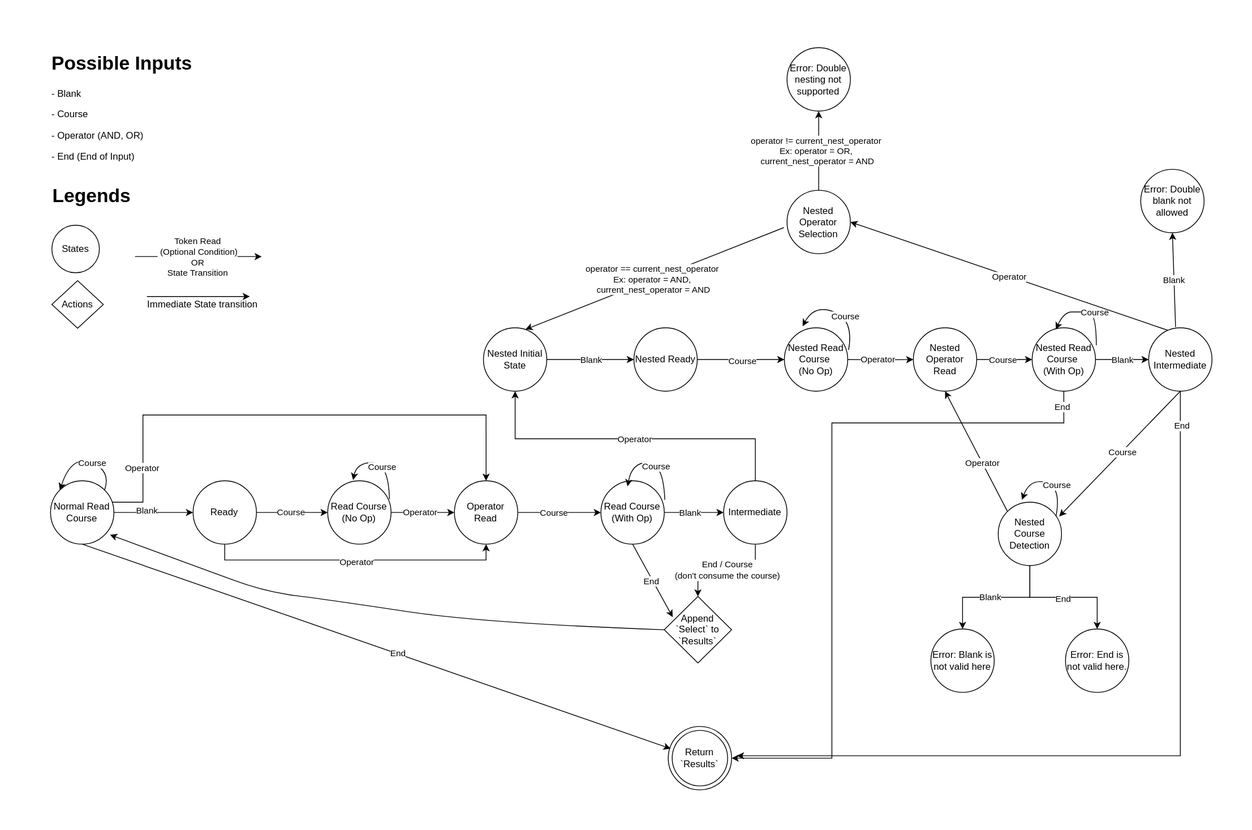
sunkit02/vislog keeps this draw.io diagram as docs/course_parsing_state_machine.svg. Above is the earlier version. Source tidied: cells renumbered, new cells last; positions are measured from the earlier drawing's top-left corner, leaving out a move shared by most shapes.
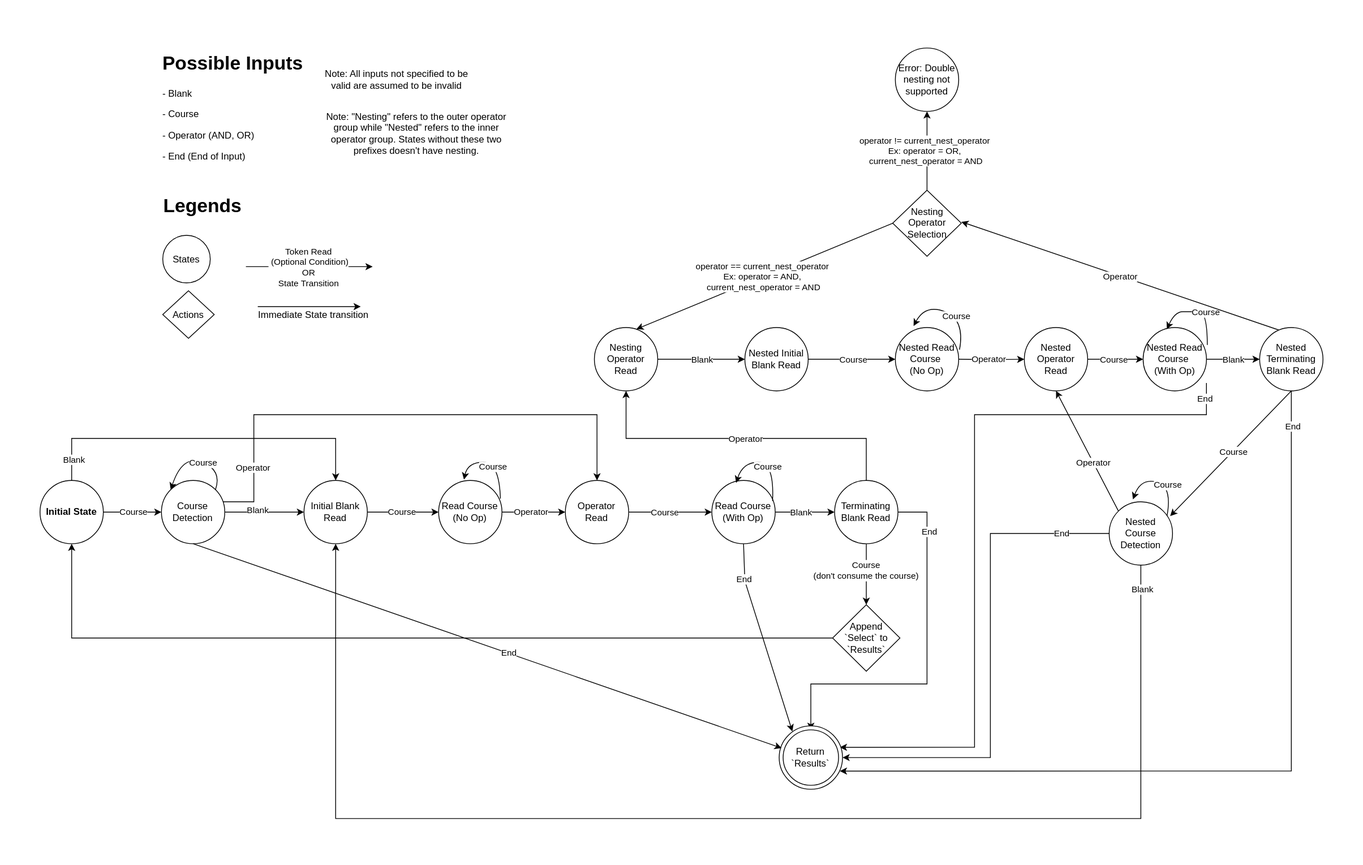
Above is the later version.

Commit message:
docs: Update course parsing state machine diagram in README

What changed in the source:
```diff
@@ -16,11 +16,3 @@
     </mxCell>
-    <mxCell id="6" style="edgeStyle=orthogonalEdgeStyle;rounded=0;jettySize=auto;html=1;exitX=0.5;exitY=1;exitDx=0;exitDy=0;entryX=0.5;entryY=1;entryDx=0;entryDy=0;" parent="1" edge="1" source="8" target="19">
-      <mxGeometry relative="1" as="geometry" />
-    </mxCell>
-    <mxCell id="7" value="Operator" style="edgeLabel;html=1;align=center;verticalAlign=middle;" parent="6" vertex="1">
-      <mxGeometry y="-1" relative="1" as="geometry">
-        <mxPoint y="1" as="offset" />
-      </mxGeometry>
-    </mxCell>
-    <mxCell id="8" value="Ready" style="ellipse;whiteSpace=wrap;html=1;" parent="1" vertex="1">
+    <mxCell id="8" value="Initial Blank Read" style="ellipse;whiteSpace=wrap;html=1;" parent="1" vertex="1">
       <mxGeometry x="193.3" y="547" width="80" height="80" as="geometry" />
@@ -79,4 +71,6 @@
     </mxCell>
-    <mxCell id="22" value="&lt;div&gt;End / Course&lt;/div&gt;&lt;div&gt;(don't consume the course)&lt;br&gt;&lt;/div&gt;" style="edgeLabel;html=1;align=center;verticalAlign=middle;" parent="21" vertex="1">
-      <mxGeometry y="-1" relative="1" as="geometry" />
+    <mxCell id="22" value="&lt;div&gt;Course&lt;/div&gt;&lt;div&gt;(don't consume the course)&lt;br&gt;&lt;/div&gt;" style="edgeLabel;html=1;align=center;verticalAlign=middle;" parent="21" vertex="1">
+      <mxGeometry y="-1" relative="1" as="geometry">
+        <mxPoint y="-6" as="offset" />
+      </mxGeometry>
     </mxCell>
@@ -93,10 +87,29 @@
     </mxCell>
+    <mxCell id="97" style="edgeStyle=orthogonalEdgeStyle;rounded=0;jettySize=auto;html=1;exitX=1;exitY=0.5;exitDx=0;exitDy=0;entryX=0.5;entryY=0;entryDx=0;entryDy=0;" parent="1" edge="1" source="25" target="92">
+      <mxGeometry relative="1" as="geometry">
+        <Array as="points">
+          <mxPoint x="980" y="587" />
+          <mxPoint x="980" y="804" />
+          <mxPoint x="833" y="804" />
+        </Array>
+      </mxGeometry>
+    </mxCell>
+    <mxCell id="98" value="End" style="edgeLabel;html=1;align=center;verticalAlign=middle;" parent="97" vertex="1">
+      <mxGeometry x="-0.73" y="2" relative="1" as="geometry" />
+    </mxCell>
-    <mxCell id="25" value="Intermediate" style="ellipse;whiteSpace=wrap;html=1;" parent="1" vertex="1">
+    <mxCell id="25" value="Terminating&lt;br&gt;Blank Read" style="ellipse;whiteSpace=wrap;html=1;" parent="1" vertex="1">
       <mxGeometry x="863.3" y="547" width="80" height="80" as="geometry" />
     </mxCell>
-    <mxCell id="26" style="endArrow=classic;html=1;rounded=0;exitX=0.5;exitY=1;exitDx=0;exitDy=0;entryX=0.125;entryY=0.31;entryDx=0;entryDy=0;entryPerimeter=0;" parent="1" edge="1" source="14" target="81">
-      <mxGeometry relative="1" as="geometry" />
+    <mxCell id="26" style="endArrow=classic;html=1;rounded=0;exitX=0.5;exitY=1;exitDx=0;exitDy=0;" parent="1" edge="1" source="14">
+      <mxGeometry relative="1" as="geometry">
+        <mxPoint x="810" y="864" as="targetPoint" />
+        <Array as="points">
+          <mxPoint x="750" y="674" />
+        </Array>
+      </mxGeometry>
     </mxCell>
     <mxCell id="27" value="End" style="edgeLabel;html=1;align=center;verticalAlign=middle;" parent="26" vertex="1">
-      <mxGeometry y="-2" relative="1" as="geometry" />
+      <mxGeometry y="-2" relative="1" as="geometry">
+        <mxPoint x="-22" y="-76" as="offset" />
+      </mxGeometry>
     </mxCell>
@@ -108,3 +121,3 @@
     </mxCell>
-    <mxCell id="30" value="Nested Initial State" style="ellipse;whiteSpace=wrap;html=1;" parent="1" vertex="1">
+    <mxCell id="30" value="Nesting Operator Read" style="ellipse;whiteSpace=wrap;html=1;" parent="1" vertex="1">
       <mxGeometry x="560" y="354" width="80" height="80" as="geometry" />
@@ -115,5 +128,7 @@
     <mxCell id="32" value="Course" style="edgeLabel;html=1;align=center;verticalAlign=middle;" parent="31" vertex="1">
-      <mxGeometry x="0.02" y="-1" relative="1" as="geometry" />
+      <mxGeometry x="0.02" y="-1" relative="1" as="geometry">
+        <mxPoint y="-1" as="offset" />
+      </mxGeometry>
     </mxCell>
-    <mxCell id="33" value="Nested Ready" style="ellipse;whiteSpace=wrap;html=1;" parent="1" vertex="1">
+    <mxCell id="33" value="Nested Initial Blank Read" style="ellipse;whiteSpace=wrap;html=1;" parent="1" vertex="1">
       <mxGeometry x="750" y="354" width="80" height="80" as="geometry" />
@@ -150,8 +165,9 @@
     </mxCell>
-    <mxCell id="41" style="edgeStyle=orthogonalEdgeStyle;rounded=0;jettySize=auto;html=1;entryX=1;entryY=0.5;entryDx=0;entryDy=0;" parent="1" edge="1" source="43" target="91">
+    <mxCell id="41" style="edgeStyle=orthogonalEdgeStyle;rounded=0;jettySize=auto;html=1;entryX=0.958;entryY=0.338;entryDx=0;entryDy=0;entryPerimeter=0;" parent="1" edge="1" target="91">
       <mxGeometry relative="1" as="geometry">
+        <mxPoint x="1332.8" y="424" as="sourcePoint" />
         <Array as="points">
-          <mxPoint x="1293" y="474" />
-          <mxPoint x="1000" y="474" />
-          <mxPoint x="1000" y="897" />
+          <mxPoint x="1333" y="464" />
+          <mxPoint x="1040" y="464" />
+          <mxPoint x="1040" y="884" />
         </Array>
@@ -188,7 +204,6 @@
     </mxCell>
-    <mxCell id="49" style="edgeStyle=orthogonalEdgeStyle;rounded=0;jettySize=auto;html=1;" parent="1" edge="1" source="51">
+    <mxCell id="49" style="edgeStyle=orthogonalEdgeStyle;rounded=0;jettySize=auto;html=1;entryX=0.958;entryY=0.713;entryDx=0;entryDy=0;entryPerimeter=0;" parent="1" edge="1" source="51" target="91">
       <mxGeometry relative="1" as="geometry">
-        <mxPoint x="880" y="894" as="targetPoint" />
         <Array as="points">
-          <mxPoint x="1440" y="894" />
+          <mxPoint x="1440" y="914" />
         </Array>
@@ -199,6 +214,6 @@
     </mxCell>
-    <mxCell id="51" value="Nested Intermediate" style="ellipse;whiteSpace=wrap;html=1;" parent="1" vertex="1">
+    <mxCell id="51" value="Nested Terminating Blank Read" style="ellipse;whiteSpace=wrap;html=1;" parent="1" vertex="1">
       <mxGeometry x="1400" y="354" width="80" height="80" as="geometry" />
     </mxCell>
-    <mxCell id="52" style="edgeStyle=orthogonalEdgeStyle;rounded=0;jettySize=auto;html=1;exitX=0.5;exitY=0;exitDx=0;exitDy=0;entryX=0.5;entryY=1;entryDx=0;entryDy=0;" parent="1" edge="1" source="54" target="64">
+    <mxCell id="52" style="edgeStyle=orthogonalEdgeStyle;rounded=0;jettySize=auto;html=1;entryX=0.5;entryY=1;entryDx=0;entryDy=0;" parent="1" edge="1" source="105" target="64">
       <mxGeometry relative="1" as="geometry" />
@@ -208,17 +223,24 @@
     </mxCell>
-    <mxCell id="54" value="Nested Operator Selection" style="ellipse;whiteSpace=wrap;html=1;" parent="1" vertex="1">
-      <mxGeometry x="943.3" y="180.5" width="80" height="80" as="geometry" />
-    </mxCell>
-    <mxCell id="55" style="edgeStyle=orthogonalEdgeStyle;rounded=0;jettySize=auto;html=1;exitX=0.5;exitY=1;exitDx=0;exitDy=0;entryX=0.5;entryY=0;entryDx=0;entryDy=0;" parent="1" edge="1" source="59" target="74">
-      <mxGeometry relative="1" as="geometry" />
-    </mxCell>
-    <mxCell id="56" value="Blank" style="edgeLabel;html=1;align=center;verticalAlign=middle;" parent="55" vertex="1">
-      <mxGeometry x="0.1" y="-1" relative="1" as="geometry" />
-    </mxCell>
-    <mxCell id="57" style="edgeStyle=orthogonalEdgeStyle;rounded=0;jettySize=auto;html=1;exitX=0.5;exitY=1;exitDx=0;exitDy=0;" parent="1" edge="1" source="59" target="75">
-      <mxGeometry relative="1" as="geometry" />
-    </mxCell>
-    <mxCell id="58" value="End" style="edgeLabel;html=1;align=center;verticalAlign=middle;" parent="57" vertex="1">
-      <mxGeometry x="-0.01" y="-1" relative="1" as="geometry" />
-    </mxCell>
+    <mxCell id="99" style="edgeStyle=orthogonalEdgeStyle;rounded=0;jettySize=auto;html=1;entryX=0.5;entryY=1;entryDx=0;entryDy=0;" parent="1" edge="1" source="59" target="8">
+      <mxGeometry relative="1" as="geometry">
+        <Array as="points">
+          <mxPoint x="1250" y="974" />
+          <mxPoint x="233" y="974" />
+        </Array>
+      </mxGeometry>
+    </mxCell>
+    <mxCell id="100" value="Blank" style="edgeLabel;html=1;align=center;verticalAlign=middle;" parent="99" vertex="1">
+      <mxGeometry x="-0.96" y="1" relative="1" as="geometry" />
+    </mxCell>
+    <mxCell id="101" style="edgeStyle=orthogonalEdgeStyle;rounded=0;jettySize=auto;html=1;exitX=0;exitY=0.5;exitDx=0;exitDy=0;entryX=1;entryY=0.5;entryDx=0;entryDy=0;" parent="1" edge="1" source="59" target="91">
+      <mxGeometry relative="1" as="geometry">
+        <Array as="points">
+          <mxPoint x="1060" y="614" />
+          <mxPoint x="1060" y="897" />
+        </Array>
+      </mxGeometry>
+    </mxCell>
+    <mxCell id="102" value="End" style="edgeLabel;html=1;align=center;verticalAlign=middle;" parent="101" vertex="1">
+      <mxGeometry x="-0.8" y="-1" relative="1" as="geometry" />
+    </mxCell>
     <mxCell id="59" value="Nested Course Detection" style="ellipse;whiteSpace=wrap;html=1;" parent="1" vertex="1">
@@ -226,3 +248,3 @@
     </mxCell>
-    <mxCell id="60" style="endArrow=classic;html=1;rounded=0;entryX=1;entryY=0.5;entryDx=0;entryDy=0;exitX=0.3;exitY=0.038;exitDx=0;exitDy=0;exitPerimeter=0;" parent="1" edge="1" source="51" target="54">
+    <mxCell id="60" style="endArrow=classic;html=1;rounded=0;entryX=1;entryY=0.479;entryDx=0;entryDy=0;exitX=0.3;exitY=0.038;exitDx=0;exitDy=0;exitPerimeter=0;entryPerimeter=0;" parent="1" edge="1" source="51" target="105">
       <mxGeometry relative="1" as="geometry" />
@@ -232,3 +254,3 @@
     </mxCell>
-    <mxCell id="62" style="endArrow=classic;html=1;rounded=0;entryX=0.663;entryY=0.025;entryDx=0;entryDy=0;entryPerimeter=0;exitX=-0.05;exitY=0.588;exitDx=0;exitDy=0;exitPerimeter=0;" parent="1" edge="1" source="54" target="30">
+    <mxCell id="62" style="endArrow=classic;html=1;rounded=0;entryX=0.663;entryY=0.025;entryDx=0;entryDy=0;entryPerimeter=0;exitX=0;exitY=0.5;exitDx=0;exitDy=0;" parent="1" edge="1" source="105" target="30">
       <mxGeometry relative="1" as="geometry" />
@@ -239,15 +261,4 @@
     <mxCell id="64" value="Error: Double nesting not supported" style="ellipse;whiteSpace=wrap;html=1;" parent="1" vertex="1">
-      <mxGeometry x="943.3" y="0.5" width="80" height="80" as="geometry" />
+      <mxGeometry x="940" y="1" width="80" height="80" as="geometry" />
     </mxCell>
-    <mxCell id="65" value="Error: Double blank not allowed" style="ellipse;whiteSpace=wrap;html=1;" parent="1" vertex="1">
-      <mxGeometry x="1390" y="154" width="80" height="80" as="geometry" />
-    </mxCell>
-    <mxCell id="66" style="endArrow=classic;html=1;rounded=0;entryX=0.5;entryY=1;entryDx=0;entryDy=0;exitX=0.425;exitY=-0.012;exitDx=0;exitDy=0;exitPerimeter=0;" parent="1" edge="1" source="51" target="65">
-      <mxGeometry relative="1" as="geometry" />
-    </mxCell>
-    <mxCell id="67" value="Blank" style="edgeLabel;html=1;align=center;verticalAlign=middle;" parent="66" vertex="1">
-      <mxGeometry x="0.01" y="-1" relative="1" as="geometry">
-        <mxPoint x="-1" as="offset" />
-      </mxGeometry>
-    </mxCell>
     <mxCell id="68" style="endArrow=classic;html=1;rounded=0;entryX=0.963;entryY=0.225;entryDx=0;entryDy=0;entryPerimeter=0;exitX=0.5;exitY=1;exitDx=0;exitDy=0;" parent="1" edge="1" source="51" target="59">
@@ -278,8 +289,2 @@
     </mxCell>
-    <mxCell id="74" value="Error: Blank is not valid here" style="ellipse;whiteSpace=wrap;html=1;" parent="1" vertex="1">
-      <mxGeometry x="1125" y="734" width="80" height="80" as="geometry" />
-    </mxCell>
-    <mxCell id="75" value="Error: End is not valid here." style="ellipse;whiteSpace=wrap;html=1;" parent="1" vertex="1">
-      <mxGeometry x="1295" y="734" width="80" height="80" as="geometry" />
-    </mxCell>
     <mxCell id="76" style="edgeStyle=orthogonalEdgeStyle;rounded=0;jettySize=auto;html=1;exitX=0.971;exitY=0.35;exitDx=0;exitDy=0;entryX=0.5;entryY=0;entryDx=0;entryDy=0;exitPerimeter=0;" parent="1" edge="1" source="78" target="19">
@@ -297,3 +302,3 @@
     </mxCell>
-    <mxCell id="78" value="Normal Read Course" style="ellipse;whiteSpace=wrap;html=1;" parent="1" vertex="1">
+    <mxCell id="78" value="Course Detection" style="ellipse;whiteSpace=wrap;html=1;" parent="1" vertex="1">
       <mxGeometry x="13.3" y="547" width="80" height="80" as="geometry" />
@@ -311,10 +316,13 @@
     </mxCell>
+    <mxCell id="103" style="edgeStyle=orthogonalEdgeStyle;rounded=0;jettySize=auto;html=1;entryX=0.5;entryY=1;entryDx=0;entryDy=0;" parent="1" edge="1" source="81" target="111">
+      <mxGeometry relative="1" as="geometry" />
+    </mxCell>
     <mxCell id="81" value="Append `Select` to `Results`" style="rhombus;whiteSpace=wrap;html=1;" parent="1" vertex="1">
-      <mxGeometry x="788.3" y="693" width="85" height="84" as="geometry" />
+      <mxGeometry x="860.8" y="704" width="85" height="84" as="geometry" />
     </mxCell>
     <mxCell id="82" value="States" style="ellipse;whiteSpace=wrap;html=1;" parent="1" vertex="1">
-      <mxGeometry x="15" y="224.5" width="60" height="60" as="geometry" />
+      <mxGeometry x="15" y="237.5" width="60" height="60" as="geometry" />
     </mxCell>
     <mxCell id="83" value="Actions" style="rhombus;whiteSpace=wrap;html=1;" parent="1" vertex="1">
-      <mxGeometry x="15" y="294.5" width="65" height="60" as="geometry" />
+      <mxGeometry x="15" y="307.5" width="65" height="60" as="geometry" />
     </mxCell>
@@ -322,4 +330,4 @@
       <mxGeometry relative="1" as="geometry">
-        <mxPoint x="120" y="264.1" as="sourcePoint" />
-        <mxPoint x="280" y="264.1" as="targetPoint" />
+        <mxPoint x="120" y="277.1" as="sourcePoint" />
+        <mxPoint x="280" y="277.1" as="targetPoint" />
       </mxGeometry>
@@ -333,4 +341,4 @@
       <mxGeometry relative="1" as="geometry">
-        <mxPoint x="135" y="314.5" as="sourcePoint" />
-        <mxPoint x="265" y="314.5" as="targetPoint" />
+        <mxPoint x="135" y="327.5" as="sourcePoint" />
+        <mxPoint x="265" y="327.5" as="targetPoint" />
       </mxGeometry>
@@ -338,17 +346,7 @@
     <mxCell id="87" value="Immediate State transition" style="text;html=1;align=center;verticalAlign=middle;strokeColor=none;fillColor=none;" parent="1" vertex="1">
-      <mxGeometry x="115" y="309.5" width="180" height="30" as="geometry" />
+      <mxGeometry x="115" y="322.5" width="180" height="30" as="geometry" />
     </mxCell>
     <mxCell id="88" value="&lt;font size=&quot;1&quot;&gt;&lt;b&gt;&lt;font style=&quot;font-size: 24px;&quot;&gt;Legends&lt;/font&gt;&lt;/b&gt;&lt;/font&gt;" style="text;html=1;align=center;verticalAlign=middle;strokeColor=none;fillColor=none;" parent="1" vertex="1">
-      <mxGeometry y="167.5" width="130" height="40" as="geometry" />
+      <mxGeometry y="180.5" width="130" height="40" as="geometry" />
     </mxCell>
-    <mxCell id="89" style="curved=1;endArrow=classic;html=1;rounded=0;exitX=0;exitY=0.5;exitDx=0;exitDy=0;entryX=0.938;entryY=0.852;entryDx=0;entryDy=0;entryPerimeter=0;" parent="1" edge="1" source="81" target="78">
-      <mxGeometry relative="1" as="geometry">
-        <Array as="points">
-          <mxPoint x="563.3" y="727" />
-          <mxPoint x="363.3" y="697" />
-          <mxPoint x="283.3" y="687" />
-          <mxPoint x="203.3" y="657" />
-        </Array>
-      </mxGeometry>
-    </mxCell>
     <mxCell id="90" style="group;" parent="1" vertex="1">
@@ -368,5 +366,4 @@
     </mxCell>
-    <mxCell id="95" style="curved=1;endArrow=classic;html=1;rounded=0;exitX=1.008;exitY=0.3;exitDx=0;exitDy=0;exitPerimeter=0;" parent="1" edge="1" source="14">
+    <mxCell id="95" style="curved=1;endArrow=classic;html=1;rounded=0;exitX=0.958;exitY=0.325;exitDx=0;exitDy=0;exitPerimeter=0;entryX=0.383;entryY=0.038;entryDx=0;entryDy=0;entryPerimeter=0;" parent="1" edge="1" source="14" target="14">
       <mxGeometry relative="1" as="geometry">
-        <mxPoint x="742" y="554" as="targetPoint" />
         <Array as="points">
@@ -382,2 +379,31 @@
     </mxCell>
+    <mxCell id="104" value="Note: All inputs not specified to be &lt;br&gt;valid are assumed to be invalid" style="text;html=1;align=center;verticalAlign=middle;strokeColor=none;fillColor=none;" parent="1" vertex="1">
+      <mxGeometry x="210" y="21" width="200" height="40" as="geometry" />
+    </mxCell>
+    <mxCell id="105" value="Nesting Operator Selection" style="rhombus;whiteSpace=wrap;html=1;" parent="1" vertex="1">
+      <mxGeometry x="936.7" y="180.5" width="86.7" height="83.5" as="geometry" />
+    </mxCell>
+    <mxCell id="106" value="Note: &quot;Nesting&quot; refers to the outer operator &lt;br&gt;group while &quot;Nested&quot; refers to the inner&lt;br&gt;operator group. States without these two&lt;br&gt;prefixes doesn't have nesting." style="text;html=1;align=center;verticalAlign=middle;strokeColor=none;fillColor=none;" parent="1" vertex="1">
+      <mxGeometry x="210" y="74" width="250" height="70" as="geometry" />
+    </mxCell>
+    <mxCell id="107" style="edgeStyle=orthogonalEdgeStyle;rounded=0;jettySize=auto;html=1;entryX=0;entryY=0.5;entryDx=0;entryDy=0;" parent="1" edge="1" source="111" target="78">
+      <mxGeometry relative="1" as="geometry" />
+    </mxCell>
+    <mxCell id="108" value="Course" style="edgeLabel;html=1;align=center;verticalAlign=middle;" parent="107" vertex="1">
+      <mxGeometry x="0.01" y="1" relative="1" as="geometry" />
+    </mxCell>
+    <mxCell id="109" style="edgeStyle=orthogonalEdgeStyle;rounded=0;jettySize=auto;html=1;exitX=0.5;exitY=0;exitDx=0;exitDy=0;entryX=0.5;entryY=0;entryDx=0;entryDy=0;" parent="1" edge="1" source="111" target="8">
+      <mxGeometry relative="1" as="geometry">
+        <Array as="points">
+          <mxPoint x="-100" y="494" />
+          <mxPoint x="233" y="494" />
+        </Array>
+      </mxGeometry>
+    </mxCell>
+    <mxCell id="110" value="Blank" style="edgeLabel;html=1;align=center;verticalAlign=middle;" parent="109" vertex="1">
+      <mxGeometry x="-0.88" y="-2" relative="1" as="geometry" />
+    </mxCell>
+    <mxCell id="111" value="&lt;b&gt;Initial State&lt;/b&gt;" style="ellipse;whiteSpace=wrap;html=1;" parent="1" vertex="1">
+      <mxGeometry x="-140" y="547" width="80" height="80" as="geometry" />
+    </mxCell>
   </root>
```
